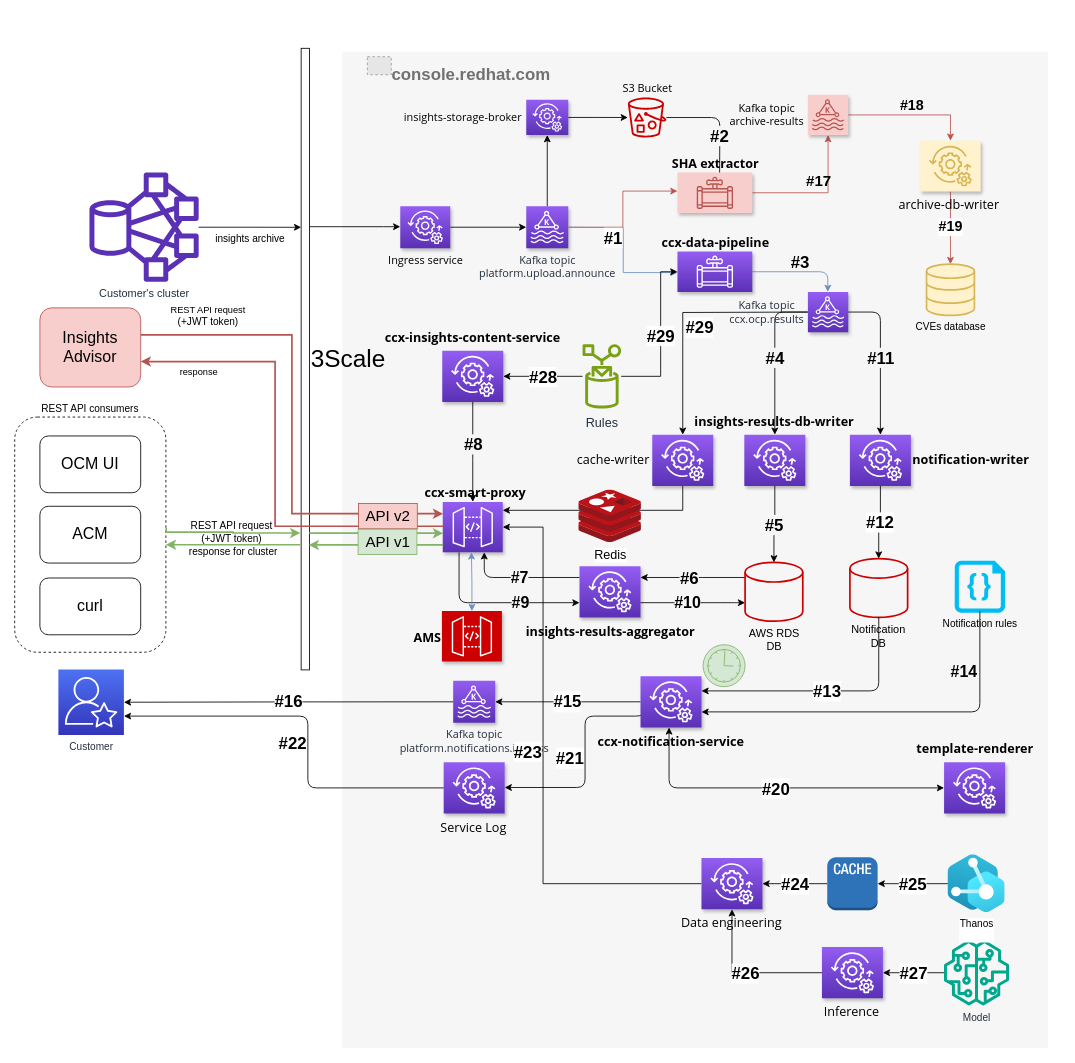
This is docs/images/Overall_architecture.drawio from RedHatInsights/insights-results-smart-proxy, a draw.io file, before an edit. Source tidied: cells renumbered, new cells numbered last; positions are measured from the earlier drawing's top-left corner, leaving out a move shared by most shapes. Both pictures are drawn from the tidied source at 84%, with x=0, y=0 at pixel (14, 14). Pictures stored in the file or linked from it are replaced by grey dashed boxes.
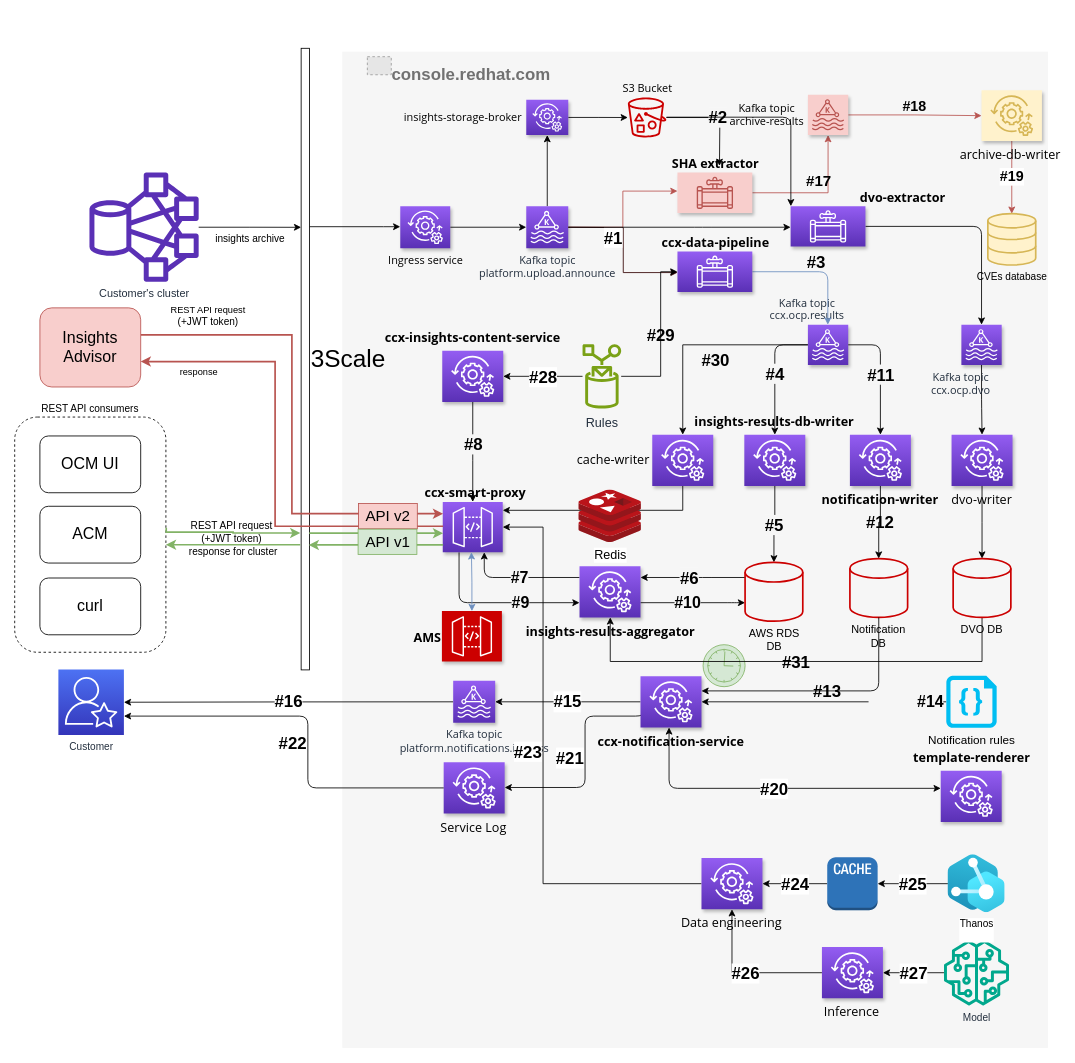
The same page after the edit.

Commit message (it also covers changes not shown here):
Updated overall architecture

The change refers to these unchanged cells:
```xml
<mxCell id="29" value="&lt;div style=&quot;font-size: 15px&quot;&gt;&lt;span&gt;&lt;span style=&quot;font-size: 15px&quot;&gt;insights-results-aggregator&lt;/span&gt;&lt;/span&gt;&lt;/div&gt;" style="outlineConnect=0;fontColor=#000000;gradientColor=#945DF2;gradientDirection=north;fillColor=#5A30B5;strokeColor=#FFFFFF;dashed=0;verticalLabelPosition=bottom;verticalAlign=top;align=center;html=1;fontSize=15;fontStyle=1;shape=mxgraph.aws4.resourceIcon;resIcon=mxgraph.aws4.managed_services;fontFamily=Open Sans;labelPosition=center;shadow=1;spacingBottom=5;" parent="1" vertex="1">
  <mxGeometry x="672.4" y="656.5" width="72.6" height="61" as="geometry" />
</mxCell>
<mxCell id="33" value="S3 Bucket" style="outlineConnect=0;fontColor=#000000;gradientColor=none;fillColor=#CC0000;strokeColor=none;dashed=0;verticalLabelPosition=top;verticalAlign=bottom;align=center;html=1;fontSize=13;fontStyle=0;shape=mxgraph.aws4.bucket_with_objects;fontFamily=Open Sans;labelPosition=center;shadow=0;noLabel=0;" parent="1" vertex="1">
  <mxGeometry x="729.6" y="98.5" width="46.5" height="47.7" as="geometry" />
</mxCell>
<mxCell id="37" value="&lt;div&gt;Notification&lt;/div&gt;&lt;div&gt;DB&lt;br&gt;&lt;/div&gt;" style="strokeWidth=2;html=1;shape=mxgraph.flowchart.database;whiteSpace=wrap;shadow=0;dashed=0;fontFamily=Helvetica;fontSize=13;align=center;fillColor=none;strokeColor=#CC0000;labelPosition=center;verticalLabelPosition=bottom;verticalAlign=top;fontColor=#000000;spacingBottom=0;" parent="1" vertex="1">
  <mxGeometry x="994.3" y="647.5" width="68.7" height="70" as="geometry" />
</mxCell>
<mxCell id="66" value="&lt;div&gt;&lt;b&gt;&lt;span style=&quot;font-size: 15px&quot;&gt;ccx-data-pipeline&lt;/span&gt;&lt;/b&gt;&lt;/div&gt;" style="outlineConnect=0;fontColor=#000000;gradientColor=#945DF2;gradientDirection=north;fillColor=#5A30B5;strokeColor=#ffffff;dashed=0;verticalLabelPosition=top;verticalAlign=bottom;align=center;html=1;fontSize=15;fontStyle=1;shape=mxgraph.aws4.resourceIcon;resIcon=mxgraph.aws4.data_pipeline;fontFamily=Open Sans;shadow=1;labelPosition=center;" parent="1" vertex="1">
  <mxGeometry x="789" y="282" width="89.1" height="48" as="geometry" />
</mxCell>
<mxCell id="80" value="ccx-notification-service" style="outlineConnect=0;fontColor=#000000;gradientColor=#945DF2;gradientDirection=north;fillColor=#5A30B5;strokeColor=#FFFFFF;dashed=0;verticalLabelPosition=bottom;verticalAlign=top;align=center;html=1;fontSize=15;fontStyle=1;shape=mxgraph.aws4.resourceIcon;resIcon=mxgraph.aws4.managed_services;fontFamily=Open Sans;labelPosition=center;shadow=1;spacingBottom=5;" parent="1" vertex="1">
  <mxGeometry x="745" y="787.5" width="72.6" height="61" as="geometry" />
</mxCell>
<mxCell id="93" value="&lt;font style=&quot;font-size: 15px;&quot;&gt;Rules&lt;/font&gt;" style="sketch=0;outlineConnect=0;fontColor=#232F3E;gradientColor=none;fillColor=#7AA116;strokeColor=none;dashed=0;verticalLabelPosition=bottom;verticalAlign=top;align=center;html=1;fontSize=12;fontStyle=0;shape=mxgraph.aws4.rule;" parent="1" vertex="1">
  <mxGeometry x="676" y="391.5" width="46" height="78" as="geometry" />
</mxCell>
<mxCell id="96" value="cache-writer" style="outlineConnect=0;gradientDirection=north;fillColor=#5A30B5;strokeColor=#FFFFFF;dashed=0;verticalLabelPosition=middle;verticalAlign=middle;align=right;html=1;fontSize=15;fontStyle=0;shape=mxgraph.aws4.resourceIcon;resIcon=mxgraph.aws4.managed_services;fontFamily=Open Sans;labelPosition=left;shadow=1;spacingBottom=5;spacingRight=2;gradientColor=#945DF2;" parent="1" vertex="1">
  <mxGeometry x="759" y="500" width="72.6" height="61" as="geometry" />
</mxCell>
```

Diff of the diagram source:
```diff
@@
-    <mxCell id="4" value="Kafka topic&lt;br style=&quot;font-size: 13px;&quot;&gt;ccx.ocp.results" style="outlineConnect=0;fontColor=#232F3E;gradientColor=#945DF2;gradientDirection=north;fillColor=#5A30B5;strokeColor=#ffffff;dashed=0;verticalLabelPosition=middle;verticalAlign=middle;align=center;html=1;fontSize=13;fontStyle=0;shape=mxgraph.aws4.resourceIcon;resIcon=mxgraph.aws4.managed_streaming_for_kafka;shadow=1;labelPosition=left;spacingRight=50;fontFamily=Open Sans;" parent="1" vertex="1">
-      <mxGeometry x="944.3" y="330" width="48" height="48" as="geometry" />
+    <mxCell id="4" value="Kafka topic&lt;br style=&quot;font-size: 13px;&quot;&gt;ccx.ocp.results" style="outlineConnect=0;fontColor=#232F3E;gradientColor=#945DF2;gradientDirection=north;fillColor=#5A30B5;strokeColor=#ffffff;dashed=0;verticalLabelPosition=top;verticalAlign=bottom;align=center;html=1;fontSize=13;fontStyle=0;shape=mxgraph.aws4.resourceIcon;resIcon=mxgraph.aws4.managed_streaming_for_kafka;shadow=1;labelPosition=center;spacingRight=50;fontFamily=Open Sans;" parent="1" vertex="1">
+      <mxGeometry x="944.3" y="369" width="48" height="48" as="geometry" />
     </mxCell>
@@
     <mxCell id="10" value="#2" style="jettySize=auto;html=1;edgeStyle=orthogonalEdgeStyle;elbow=vertical;backgroundOutline=0;fixDash=0;snapToPoint=0;jumpStyle=none;comic=0;shadow=0;endFill=1;startFill=1;anchorPointDirection=1;rounded=1;labelBackgroundColor=#f6f6f6;fontSize=20;fontStyle=1;fontColor=#000000;" parent="1" edge="1" source="33">
       <mxGeometry relative="1" as="geometry">
-        <mxPoint x="839" y="229" as="targetPoint" />
+        <mxPoint x="839" y="180" as="targetPoint" />
       </mxGeometry>
     </mxCell>
@@
-    <mxCell id="34" value="&lt;b&gt;&lt;font style=&quot;font-size: 20px&quot;&gt;#12&lt;/font&gt;&lt;/b&gt;" style="edgeStyle=orthogonalEdgeStyle;rounded=0;jettySize=auto;html=1;" parent="1" edge="1" source="35" target="37">
+    <mxCell id="34" value="&lt;b&gt;&lt;font style=&quot;font-size: 20px&quot;&gt;#12&lt;/font&gt;&lt;/b&gt;" style="edgeStyle=orthogonalEdgeStyle;rounded=0;jettySize=auto;html=1;labelBackgroundColor=none;" parent="1" edge="1" source="35" target="37">
       <mxGeometry relative="1" as="geometry" />
     </mxCell>
-    <mxCell id="35" value="&lt;div&gt;&lt;b&gt;notification-writer&lt;/b&gt;&lt;/div&gt;" style="outlineConnect=0;fontColor=#000000;gradientColor=#945DF2;gradientDirection=north;fillColor=#5A30B5;strokeColor=#FFFFFF;dashed=0;verticalLabelPosition=middle;verticalAlign=middle;align=left;html=1;fontSize=15;fontStyle=0;shape=mxgraph.aws4.resourceIcon;resIcon=mxgraph.aws4.managed_services;fontFamily=Open Sans;labelPosition=right;shadow=1;spacingBottom=5;spacingRight=2;" parent="1" vertex="1">
+    <mxCell id="35" value="&lt;div&gt;&lt;b&gt;notification-writer&lt;/b&gt;&lt;/div&gt;" style="outlineConnect=0;fontColor=#000000;gradientColor=#945DF2;gradientDirection=north;fillColor=#5A30B5;strokeColor=#FFFFFF;dashed=0;verticalLabelPosition=bottom;verticalAlign=top;align=center;html=1;fontSize=15;fontStyle=0;shape=mxgraph.aws4.resourceIcon;resIcon=mxgraph.aws4.managed_services;fontFamily=Open Sans;labelPosition=center;shadow=1;spacingBottom=5;spacingRight=2;" parent="1" vertex="1">
       <mxGeometry x="994.3" y="500" width="72.6" height="61" as="geometry" />
     </mxCell>
@@
-    <mxCell id="40" value="&lt;font style=&quot;font-size: 20px&quot;&gt;&lt;b&gt;&lt;font style=&quot;font-size: 20px&quot;&gt;#13&lt;/font&gt;&lt;/b&gt;&lt;/font&gt;" style="edgeStyle=orthogonalEdgeStyle;rounded=1;jettySize=auto;html=1;exitX=0.5;exitY=1;exitDx=0;exitDy=0;exitPerimeter=0;" parent="1" edge="1" source="37" target="80">
+    <mxCell id="40" value="&lt;font style=&quot;font-size: 20px&quot;&gt;&lt;b&gt;&lt;font style=&quot;font-size: 20px&quot;&gt;#13&lt;/font&gt;&lt;/b&gt;&lt;/font&gt;" style="edgeStyle=orthogonalEdgeStyle;rounded=1;jettySize=auto;html=1;exitX=0.5;exitY=1;exitDx=0;exitDy=0;exitPerimeter=0;labelBackgroundColor=none;" parent="1" edge="1" source="37" target="80">
       <mxGeometry relative="1" as="geometry">
         <Array as="points">
           <mxPoint x="1029" y="805" />
         </Array>
       </mxGeometry>
     </mxCell>
@@
-    <mxCell id="42" value="Notification rules" style="verticalLabelPosition=bottom;html=1;verticalAlign=top;align=center;strokeColor=none;fillColor=#00BEF2;shape=mxgraph.azure.code_file;" parent="1" vertex="1">
-      <mxGeometry x="1119" y="650" width="60" height="62" as="geometry" />
-    </mxCell>
-    <mxCell id="43" style="edgeStyle=orthogonalEdgeStyle;rounded=1;jettySize=auto;html=1;" parent="1" edge="1" target="80">
-      <mxGeometry relative="1" as="geometry">
-        <mxPoint x="1149" y="710" as="sourcePoint" />
-        <Array as="points">
-          <mxPoint x="1149" y="830" />
-        </Array>
-      </mxGeometry>
+    <mxCell id="43" style="edgeStyle=orthogonalEdgeStyle;rounded=1;jettySize=auto;html=1;" parent="1" edge="1" source="42" target="80">
+      <mxGeometry relative="1" as="geometry" />
     </mxCell>
-    <mxCell id="44" value="&amp;nbsp;&amp;nbsp;&amp;nbsp;&amp;nbsp;&amp;nbsp;&amp;nbsp;&amp;nbsp;&amp;nbsp;&amp;nbsp;&amp;nbsp; #14" style="edgeLabel;html=1;align=center;verticalAlign=middle;labelBackgroundColor=#F6F6F6;fontSize=19;fontStyle=1;labelBorderColor=none;" parent="43" vertex="1">
-      <mxGeometry x="-0.68" relative="1" as="geometry">
-        <mxPoint x="-48.7" as="offset" />
-      </mxGeometry>
-    </mxCell>
@@
-    <mxCell id="64" value="&lt;div&gt;#3&lt;/div&gt;&lt;div&gt;&lt;br&gt;&lt;/div&gt;" style="edgeStyle=orthogonalEdgeStyle;rounded=1;comic=0;jumpStyle=none;jettySize=auto;html=1;shadow=0;labelBackgroundColor=none;fontSize=20;fontStyle=1;fontColor=#000000;fillColor=#dae8fc;strokeColor=#6c8ebf;" parent="1" edge="1" source="66">
+    <mxCell id="64" value="&lt;div&gt;#3&lt;/div&gt;&lt;div&gt;&lt;br&gt;&lt;/div&gt;" style="edgeStyle=orthogonalEdgeStyle;rounded=1;comic=0;jumpStyle=none;jettySize=auto;html=1;shadow=0;labelBackgroundColor=none;fontSize=20;fontStyle=1;fontColor=#000000;fillColor=#dae8fc;strokeColor=#6c8ebf;" parent="1" edge="1" source="66" target="4">
       <mxGeometry relative="1" as="geometry">
-        <mxPoint x="968" y="330" as="targetPoint" />
         <Array as="points">
           <mxPoint x="968" y="306" />
         </Array>
       </mxGeometry>
     </mxCell>
@@
-    <mxCell id="68" value="&lt;b&gt;#1&lt;/b&gt;" style="edgeStyle=orthogonalEdgeStyle;rounded=0;jettySize=auto;html=1;fontSize=20;fontColor=#000000;startArrow=none;startFill=0;entryX=0.002;entryY=0.521;entryDx=0;entryDy=0;entryPerimeter=0;fillColor=#dae8fc;strokeColor=#6c8ebf;labelPosition=left;verticalLabelPosition=top;align=right;verticalAlign=bottom;" parent="1" edge="1" target="66">
+    <mxCell id="68" value="&lt;b&gt;#1&lt;/b&gt;" style="edgeStyle=orthogonalEdgeStyle;rounded=0;jettySize=auto;html=1;fontSize=20;fontColor=#000000;startArrow=none;startFill=0;entryX=0.002;entryY=0.521;entryDx=0;entryDy=0;entryPerimeter=0;fillColor=#dae8fc;strokeColor=#330000;labelPosition=left;verticalLabelPosition=top;align=right;verticalAlign=bottom;" parent="1" edge="1" target="66">
       <mxGeometry relative="1" as="geometry">
         <mxPoint x="659" y="253" as="sourcePoint" />
       </mxGeometry>
     </mxCell>
@@
     <mxCell id="72" value="archive-db-writer" style="outlineConnect=0;gradientDirection=north;fillColor=#fff2cc;strokeColor=#d6b656;dashed=0;verticalLabelPosition=bottom;verticalAlign=top;align=center;html=1;fontSize=15;fontStyle=0;shape=mxgraph.aws4.resourceIcon;resIcon=mxgraph.aws4.managed_services;fontFamily=Open Sans;labelPosition=center;shadow=1;spacingRight=4;" parent="1" vertex="1">
-      <mxGeometry x="1078" y="150" width="71.9" height="60.4" as="geometry" />
+      <mxGeometry x="1151" y="90" width="71.9" height="60.4" as="geometry" />
     </mxCell>
     <mxCell id="73" value="CVEs database" style="html=1;verticalLabelPosition=bottom;align=center;labelBackgroundColor=none;verticalAlign=top;strokeWidth=2;strokeColor=#d6b656;shadow=0;dashed=0;shape=mxgraph.ios7.icons.data;fillColor=#fff2cc;" parent="1" vertex="1">
-      <mxGeometry x="1085.5" y="296.9" width="57" height="61.1" as="geometry" />
+      <mxGeometry x="1158.5" y="236.9" width="57" height="61.1" as="geometry" />
     </mxCell>
@@
     <mxCell id="79" value="template-renderer" style="outlineConnect=0;gradientDirection=north;fillColor=#5A30B5;strokeColor=#FFFFFF;dashed=0;verticalLabelPosition=top;verticalAlign=bottom;align=center;html=1;fontSize=15;fontStyle=1;shape=mxgraph.aws4.resourceIcon;resIcon=mxgraph.aws4.managed_services;fontFamily=Open Sans;labelPosition=center;shadow=1;spacingBottom=5;gradientColor=#945DF2;" parent="1" vertex="1">
-      <mxGeometry x="1106.4" y="890" width="72.6" height="61" as="geometry" />
+      <mxGeometry x="1102.4" y="900" width="72.6" height="61" as="geometry" />
     </mxCell>
@@
-    <mxCell id="92" value="#29" style="edgeStyle=orthogonalEdgeStyle;rounded=0;jettySize=auto;html=1;fontSize=20;fontStyle=1;" parent="1" edge="1" source="93" target="66">
-      <mxGeometry relative="1" as="geometry">
+    <mxCell id="92" value="#29" style="edgeStyle=orthogonalEdgeStyle;rounded=0;jettySize=auto;html=1;fontSize=20;fontStyle=1;labelBackgroundColor=none;" parent="1" edge="1" source="93" target="66">
+      <mxGeometry x="0.01" relative="1" as="geometry">
         <Array as="points">
           <mxPoint x="769" y="431" />
           <mxPoint x="769" y="306" />
         </Array>
       </mxGeometry>
     </mxCell>
@@
-    <mxCell id="94" value="#29" style="edgeStyle=orthogonalEdgeStyle;rounded=0;jettySize=auto;html=1;fontSize=20;fontStyle=1;labelPosition=right;verticalLabelPosition=bottom;align=left;verticalAlign=top;" parent="1" edge="1" target="96">
-      <mxGeometry relative="1" as="geometry">
-        <mxPoint x="944" y="354" as="sourcePoint" />
-      </mxGeometry>
+    <mxCell id="94" value="#30" style="edgeStyle=orthogonalEdgeStyle;rounded=0;jettySize=auto;html=1;fontSize=20;fontStyle=1;labelPosition=right;verticalLabelPosition=bottom;align=left;verticalAlign=top;labelBackgroundColor=none;" parent="1" edge="1" source="4" target="96">
+      <mxGeometry relative="1" as="geometry" />
     </mxCell>
@@
+    <mxCell id="98" style="edgeStyle=orthogonalEdgeStyle;rounded=1;jettySize=auto;html=1;fillColor=#fff2cc;strokeColor=default;strokeWidth=1;labelBackgroundColor=#f6f6f6;fontSize=20;fontColor=#000000;comic=0;shadow=0;startFill=1;endFill=1;fontStyle=1;" parent="1" edge="1" target="101">
+      <mxGeometry relative="1" as="geometry">
+        <mxPoint x="659" y="253" as="sourcePoint" />
+        <Array as="points">
+          <mxPoint x="819" y="253" />
+          <mxPoint x="819" y="253" />
+        </Array>
+      </mxGeometry>
+    </mxCell>
+    <mxCell id="99" style="edgeStyle=orthogonalEdgeStyle;rounded=1;jettySize=auto;html=1;fillColor=#fff2cc;strokeColor=default;strokeWidth=1;labelBackgroundColor=#f6f6f6;fontSize=20;fontColor=#000000;comic=0;shadow=0;startFill=1;endFill=1;fontStyle=1;" parent="1" edge="1" target="101">
+      <mxGeometry relative="1" as="geometry">
+        <mxPoint x="776" y="122" as="sourcePoint" />
+        <Array as="points">
+          <mxPoint x="924" y="122" />
+        </Array>
+      </mxGeometry>
+    </mxCell>
+    <mxCell id="100" style="edgeStyle=orthogonalEdgeStyle;rounded=1;jettySize=auto;html=1;strokeWidth=1;fillColor=#fff2cc;strokeColor=default;labelBackgroundColor=#f6f6f6;fontSize=20;fontColor=#000000;comic=0;shadow=0;startFill=1;endFill=1;fontStyle=1;" parent="1" edge="1" source="101" target="105">
+      <mxGeometry relative="1" as="geometry" />
+    </mxCell>
+    <mxCell id="101" value="dvo-extractor" style="outlineConnect=0;gradientDirection=north;fillColor=#5A30B5;strokeColor=#ffffff;dashed=0;verticalLabelPosition=top;verticalAlign=bottom;align=center;html=1;fontSize=15;fontStyle=1;shape=mxgraph.aws4.resourceIcon;resIcon=mxgraph.aws4.data_pipeline;fontFamily=Open Sans;shadow=1;labelPosition=right;fontColor=#000000;gradientColor=#945DF2;" parent="1" vertex="1">
+      <mxGeometry x="923.7" y="228" width="89.1" height="48" as="geometry" />
+    </mxCell>
+    <mxCell id="102" style="edgeStyle=orthogonalEdgeStyle;rounded=0;jettySize=auto;html=1;" parent="1" edge="1" source="103" target="108">
+      <mxGeometry relative="1" as="geometry" />
+    </mxCell>
+    <mxCell id="103" value="dvo-writer" style="outlineConnect=0;gradientDirection=north;fillColor=#5A30B5;strokeColor=#FFFFFF;dashed=0;verticalLabelPosition=bottom;verticalAlign=top;align=center;html=1;fontSize=15;fontStyle=0;shape=mxgraph.aws4.resourceIcon;resIcon=mxgraph.aws4.managed_services;fontFamily=Open Sans;labelPosition=center;shadow=1;spacingBottom=5;spacingRight=2;fontColor=#000000;gradientColor=#945DF2;" parent="1" vertex="1">
+      <mxGeometry x="1115.3" y="500" width="72.6" height="61" as="geometry" />
+    </mxCell>
+    <mxCell id="104" style="edgeStyle=orthogonalEdgeStyle;rounded=1;jettySize=auto;html=1;strokeWidth=1;fillColor=#fff2cc;strokeColor=default;labelBackgroundColor=#f6f6f6;fontSize=20;fontColor=#000000;comic=0;shadow=0;startFill=1;endFill=1;fontStyle=1;" parent="1" edge="1" source="105" target="103">
+      <mxGeometry relative="1" as="geometry" />
+    </mxCell>
+    <mxCell id="105" value="&lt;div&gt;Kafka topic&lt;br style=&quot;font-size: 13px;&quot;&gt;ccx.ocp.dvo&lt;/div&gt;" style="outlineConnect=0;gradientDirection=north;fillColor=#5A30B5;strokeColor=#ffffff;dashed=0;verticalLabelPosition=bottom;verticalAlign=top;align=center;html=1;fontSize=13;fontStyle=0;shape=mxgraph.aws4.resourceIcon;resIcon=mxgraph.aws4.managed_streaming_for_kafka;shadow=1;labelPosition=center;spacingRight=50;fontFamily=Open Sans;fontColor=#232F3E;gradientColor=#945DF2;" parent="1" vertex="1">
+      <mxGeometry x="1127" y="369" width="48" height="48" as="geometry" />
+    </mxCell>
+    <mxCell id="106" style="edgeStyle=orthogonalEdgeStyle;rounded=1;orthogonalLoop=1;jettySize=auto;html=1;exitX=0;exitY=0.5;exitDx=0;exitDy=0;exitPerimeter=0;" parent="1" edge="1" source="42" target="42">
+      <mxGeometry relative="1" as="geometry">
+        <Array as="points">
+          <mxPoint x="1109" y="818" />
+          <mxPoint x="1109" y="818" />
+        </Array>
+      </mxGeometry>
+    </mxCell>
+    <mxCell id="44" value="&amp;nbsp;&amp;nbsp;&amp;nbsp;&amp;nbsp;&amp;nbsp;&amp;nbsp;&amp;nbsp;&amp;nbsp;&amp;nbsp;&amp;nbsp; #14" style="edgeLabel;html=1;align=center;verticalAlign=middle;labelBackgroundColor=#F6F6F6;fontSize=19;fontStyle=1;labelBorderColor=none;" parent="106" vertex="1">
+      <mxGeometry x="-0.68" relative="1" as="geometry">
+        <mxPoint x="-48.7" as="offset" />
+      </mxGeometry>
+    </mxCell>
+    <mxCell id="42" value="&lt;font style=&quot;font-size: 14px;&quot;&gt;Notification rules&lt;/font&gt;" style="verticalLabelPosition=bottom;html=1;verticalAlign=top;align=center;strokeColor=none;fillColor=#00BEF2;shape=mxgraph.azure.code_file;" parent="1" vertex="1">
+      <mxGeometry x="1109" y="787" width="60" height="62" as="geometry" />
+    </mxCell>
+    <mxCell id="107" value="&lt;b&gt;&lt;font style=&quot;font-size: 20px;&quot;&gt;#31&lt;/font&gt;&lt;/b&gt;" style="edgeStyle=orthogonalEdgeStyle;rounded=0;jettySize=auto;html=1;labelBackgroundColor=none;" parent="1" edge="1" source="108" target="29">
+      <mxGeometry relative="1" as="geometry">
+        <Array as="points">
+          <mxPoint x="1152" y="770" />
+          <mxPoint x="709" y="770" />
+        </Array>
+      </mxGeometry>
+    </mxCell>
+    <mxCell id="108" value="DVO DB" style="strokeWidth=2;html=1;shape=mxgraph.flowchart.database;whiteSpace=wrap;shadow=0;dashed=0;fontFamily=Helvetica;fontSize=13;align=center;fillColor=none;strokeColor=#CC0000;labelPosition=center;verticalLabelPosition=bottom;verticalAlign=top;fontColor=#000000;spacingBottom=0;" parent="1" vertex="1">
+      <mxGeometry x="1117.2" y="647.5" width="68.7" height="70" as="geometry" />
+    </mxCell>
```
